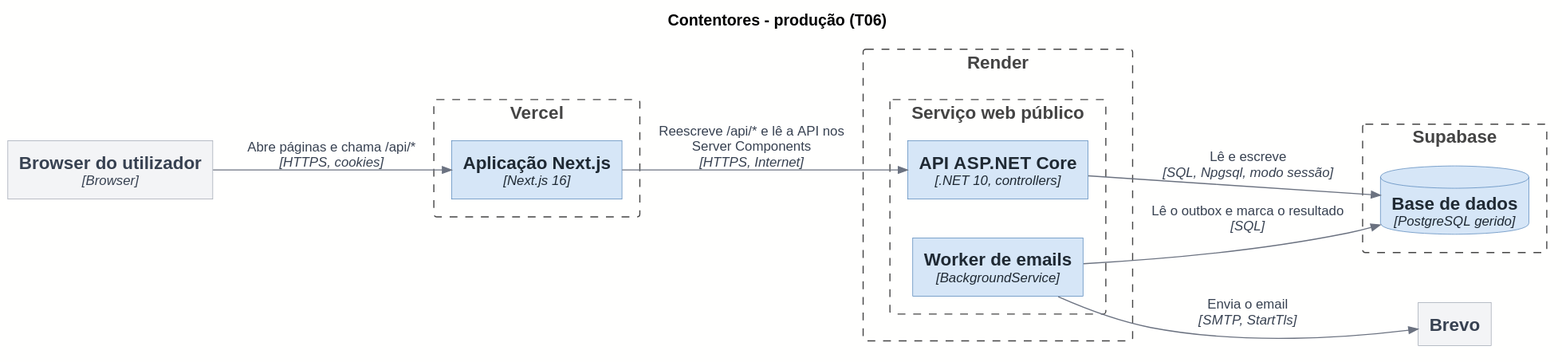
Above: docs/architecture/out/02-containers-prod.svg in rodrigo4sousa/SportsEstablishments (PlantUML), before the change.
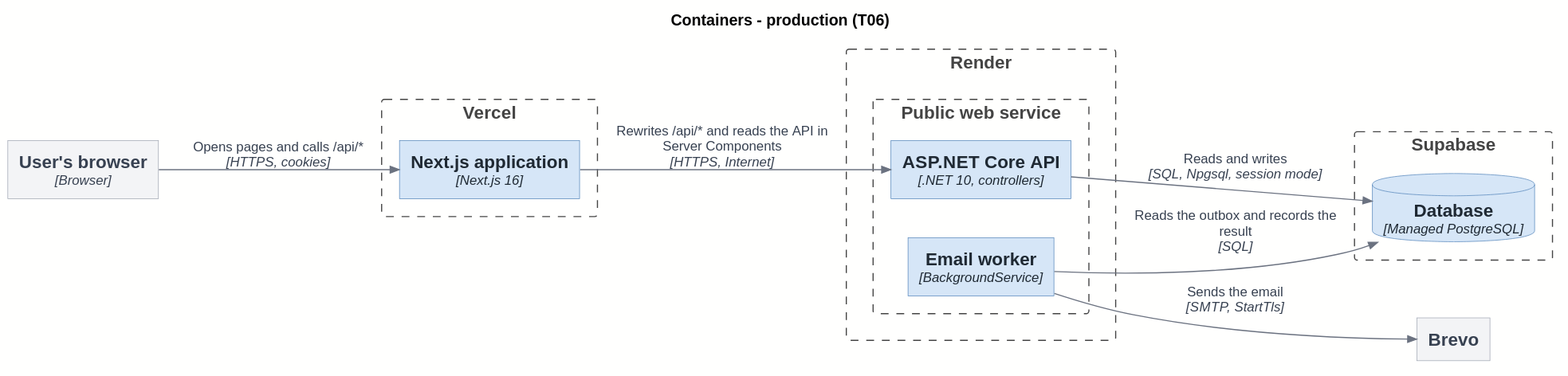
The same file after the commit.

Change to the diagram source:
```diff
@@ -2,32 +2,32 @@
 !include <C4/C4_Container>
 !include ../style.puml
 
-title Contentores - produção (T06)
+title Containers - production (T06)
 
 LAYOUT_LEFT_RIGHT()
 
-Container_Ext(C_BROWSER, "Browser do utilizador", "Browser")
+Container_Ext(C_BROWSER, "User's browser", "Browser")
 
 Boundary(PL_VERCEL, "Vercel") {
-  Container(C_WEB, "Aplicação Next.js", "Next.js 16")
+  Container(C_WEB, "Next.js application", "Next.js 16")
 }
 
 Boundary(PL_RENDER, "Render") {
-  Boundary(PL_RENDER_API, "Serviço web público") {
-    Container(C_API, "API ASP.NET Core", ".NET 10, controllers")
-    Container(C_WORKER, "Worker de emails", "BackgroundService")
+  Boundary(PL_RENDER_API, "Public web service") {
+    Container(C_API, "ASP.NET Core API", ".NET 10, controllers")
+    Container(C_WORKER, "Email worker", "BackgroundService")
   }
 }
 
 Boundary(PL_SUPABASE, "Supabase") {
-  ContainerDb(C_DB, "Base de dados", "PostgreSQL gerido")
+  ContainerDb(C_DB, "Database", "Managed PostgreSQL")
 }
 
 System_Ext(PL_BREVO, "Brevo")
 
-Rel(C_BROWSER, C_WEB, $plain("Abre páginas e chama /api/*"), "HTTPS, cookies")
-Rel(C_WEB, C_API, $plain("Reescreve /api/* e lê a API nos Server Components"), "HTTPS, Internet")
-Rel(C_API, C_DB, $plain("Lê e escreve"), "SQL, Npgsql, modo sessão")
-Rel(C_WORKER, C_DB, $plain("Lê o outbox e marca o resultado"), "SQL")
-Rel(C_WORKER, PL_BREVO, $plain("Envia o email"), "SMTP, StartTls")
+Rel(C_BROWSER, C_WEB, $plain("Opens pages and calls /api/*"), "HTTPS, cookies")
+Rel(C_WEB, C_API, $plain("Rewrites /api/* and reads the API in Server Components"), "HTTPS, Internet")
+Rel(C_API, C_DB, $plain("Reads and writes"), "SQL, Npgsql, session mode")
+Rel(C_WORKER, C_DB, $plain("Reads the outbox and records the result"), "SQL")
+Rel(C_WORKER, PL_BREVO, $plain("Sends the email"), "SMTP, StartTls")
 @enduml
```
